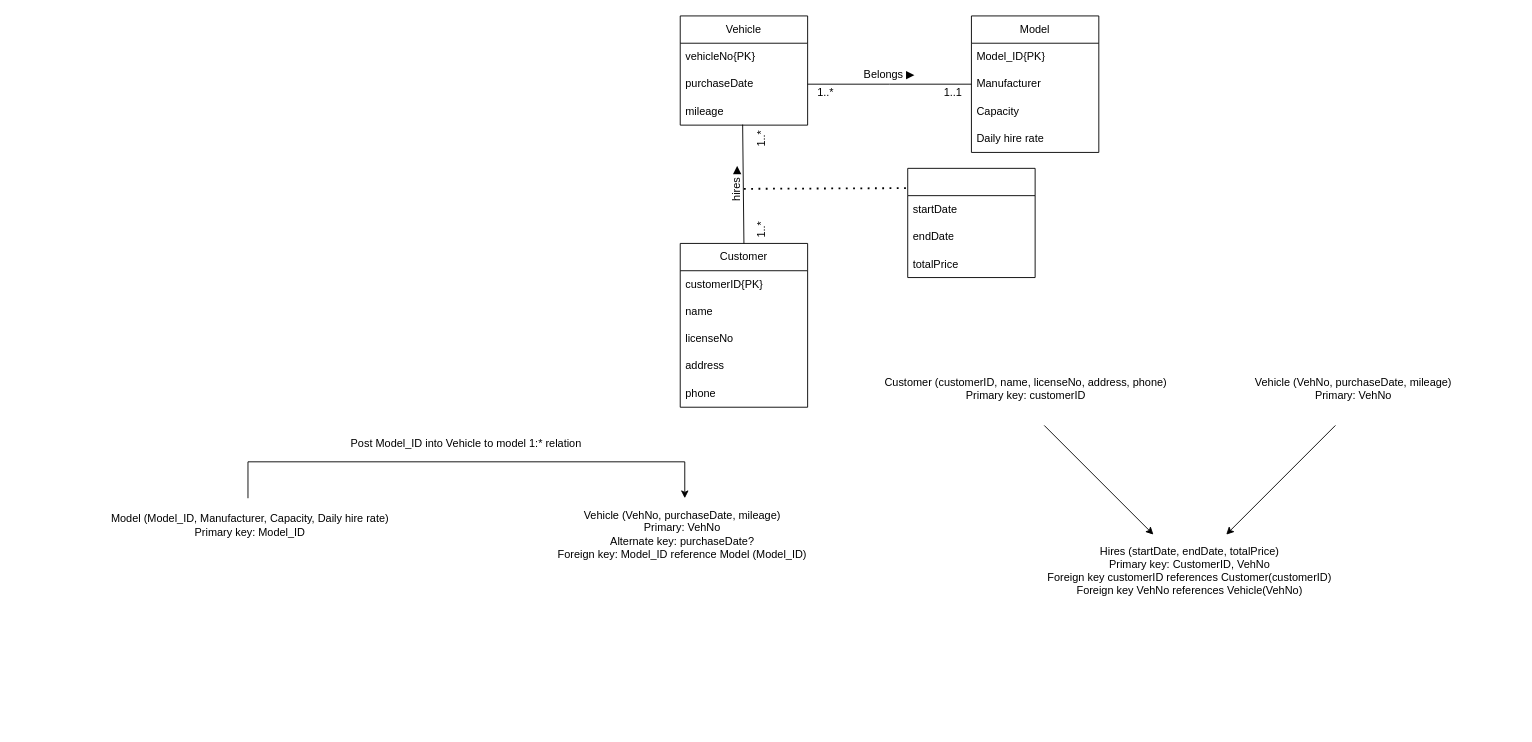
Before: DBMS_T02_3a.drawio in shadowngks/DBMS, a draw.io diagram. Source tidied: cells renumbered, new cells numbered last; positions are measured from the earlier drawing's top-left corner, leaving out a move shared by most shapes. Both pictures are drawn from the tidied source at 91%, with x=0, y=0 at pixel (15, 15).
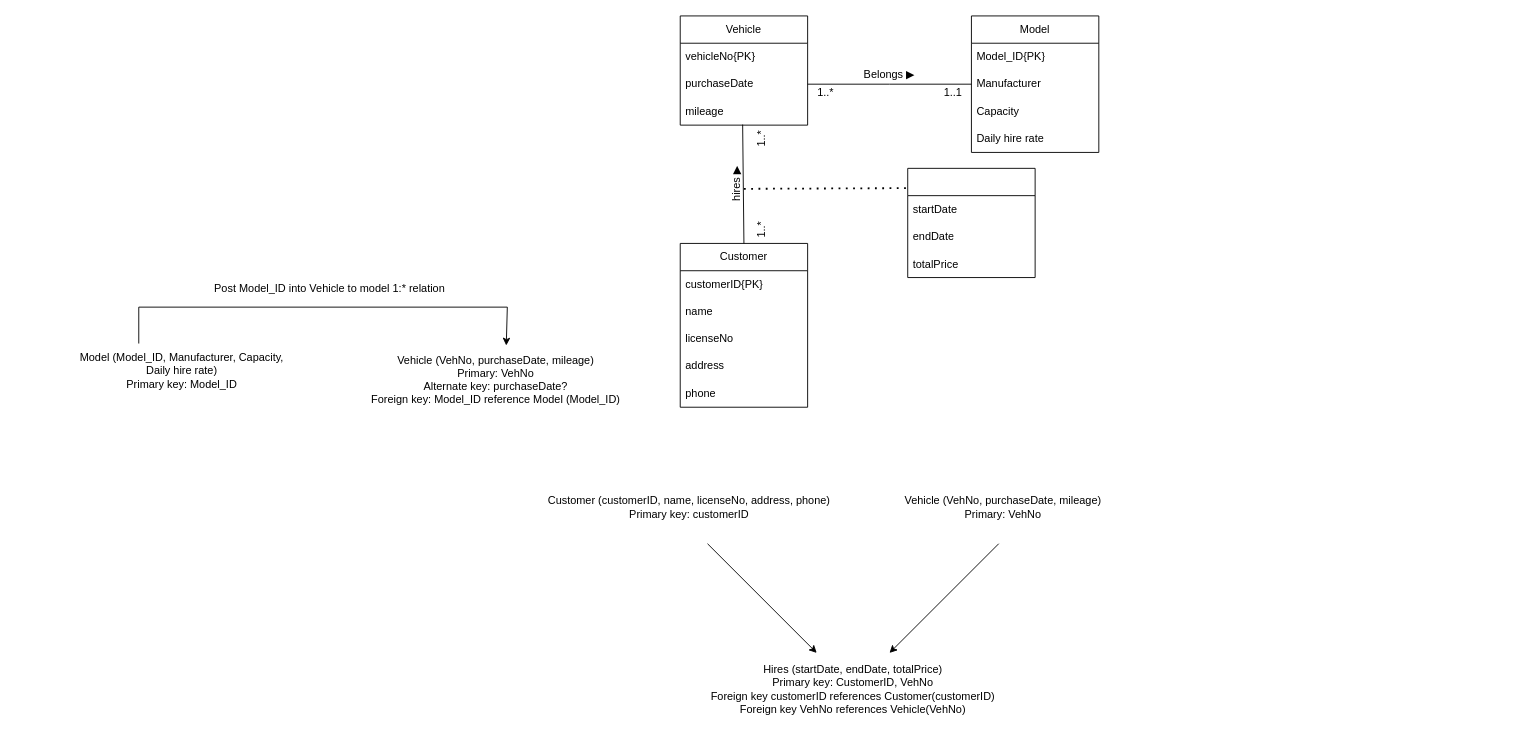
Above is the later version.

Commit message:
Come with me take the journey

Diff of the diagram source:
```diff
@@
-    <mxCell id="30" style="endArrow=classic;html=1;rounded=0;" parent="1" edge="1">
+    <mxCell id="30" style="endArrow=classic;html=1;rounded=0;entryX=0.536;entryY=0.027;entryDx=0;entryDy=0;entryPerimeter=0;" parent="1" edge="1" target="32">
       <mxGeometry relative="1" as="geometry">
-        <mxPoint x="255" y="530" as="sourcePoint" />
-        <mxPoint x="735" y="530" as="targetPoint" />
+        <mxPoint x="135" y="360" as="sourcePoint" />
         <Array as="points">
-          <mxPoint x="255" y="490" />
-          <mxPoint x="735" y="490" />
+          <mxPoint x="135" y="320" />
+          <mxPoint x="540" y="320" />
         </Array>
       </mxGeometry>
     </mxCell>
     <mxCell id="31" value="Model (Model_ID, Manufacturer, Capacity, Daily hire rate)&lt;div&gt;Primary key: Model_ID&lt;/div&gt;" style="text;html=1;align=center;verticalAlign=middle;whiteSpace=wrap;rounded=0;" parent="1" vertex="1">
-      <mxGeometry y="530" width="515" height="60" as="geometry" />
+      <mxGeometry x="60" y="360" width="245" height="60" as="geometry" />
     </mxCell>
     <mxCell id="32" value="Vehicle (VehNo, purchaseDate, mileage)&lt;div&gt;Primary: VehNo&lt;/div&gt;&lt;div&gt;Alternate key: purchaseDate?&lt;/div&gt;&lt;div&gt;Foreign key: Model_ID reference Model (Model_ID)&lt;/div&gt;" style="text;html=1;align=center;verticalAlign=middle;whiteSpace=wrap;rounded=0;" parent="1" vertex="1">
-      <mxGeometry x="475" y="530" width="515" height="80" as="geometry" />
+      <mxGeometry x="370" y="360" width="315" height="80" as="geometry" />
     </mxCell>
     <mxCell id="33" value="Post Model_ID into Vehicle to model 1:* relation" style="text;html=1;align=center;verticalAlign=middle;whiteSpace=wrap;rounded=0;" parent="1" vertex="1">
-      <mxGeometry x="335" y="450" width="320" height="40" as="geometry" />
+      <mxGeometry x="185" y="280" width="320" height="40" as="geometry" />
     </mxCell>
     <mxCell id="34" style="endArrow=classic;html=1;rounded=0;" parent="1" edge="1">
       <mxGeometry relative="1" as="geometry">
-        <mxPoint x="1130" y="450" as="sourcePoint" />
-        <mxPoint x="1250" y="570" as="targetPoint" />
+        <mxPoint x="760" y="580" as="sourcePoint" />
+        <mxPoint x="880" y="700" as="targetPoint" />
       </mxGeometry>
     </mxCell>
     <mxCell id="35" style="endArrow=classic;html=1;rounded=0;" parent="1" edge="1">
       <mxGeometry relative="1" as="geometry">
-        <mxPoint x="1450" y="450" as="sourcePoint" />
-        <mxPoint x="1330" y="570" as="targetPoint" />
+        <mxPoint x="1080" y="580" as="sourcePoint" />
+        <mxPoint x="960" y="700" as="targetPoint" />
       </mxGeometry>
     </mxCell>
     <mxCell id="36" value="Customer (customerID, name, licenseNo, address, phone)&lt;div&gt;Primary key: customerID&lt;/div&gt;" style="text;html=1;align=center;verticalAlign=middle;whiteSpace=wrap;rounded=0;" parent="1" vertex="1">
-      <mxGeometry x="930" y="370" width="360" height="80" as="geometry" />
+      <mxGeometry x="560" y="500" width="360" height="80" as="geometry" />
     </mxCell>
     <mxCell id="37" value="Vehicle (VehNo, purchaseDate, mileage)&lt;div&gt;Primary: VehNo&lt;br&gt;&lt;/div&gt;" style="text;html=1;align=center;verticalAlign=middle;whiteSpace=wrap;rounded=0;" parent="1" vertex="1">
-      <mxGeometry x="1290" y="370" width="360" height="80" as="geometry" />
+      <mxGeometry x="970" y="500" width="230" height="80" as="geometry" />
     </mxCell>
     <mxCell id="38" value="Hires (startDate, endDate, totalPrice)&lt;div&gt;Primary key: CustomerID, VehNo&lt;/div&gt;&lt;div&gt;Foreign key customerID references Customer(customerID)&lt;/div&gt;&lt;div&gt;Foreign key VehNo references Vehicle(VehNo)&lt;br&gt;&lt;/div&gt;" style="text;html=1;align=center;verticalAlign=middle;whiteSpace=wrap;rounded=0;" parent="1" vertex="1">
-      <mxGeometry x="1070" y="570" width="440" height="80" as="geometry" />
+      <mxGeometry x="700" y="700" width="440" height="80" as="geometry" />
     </mxCell>
```
